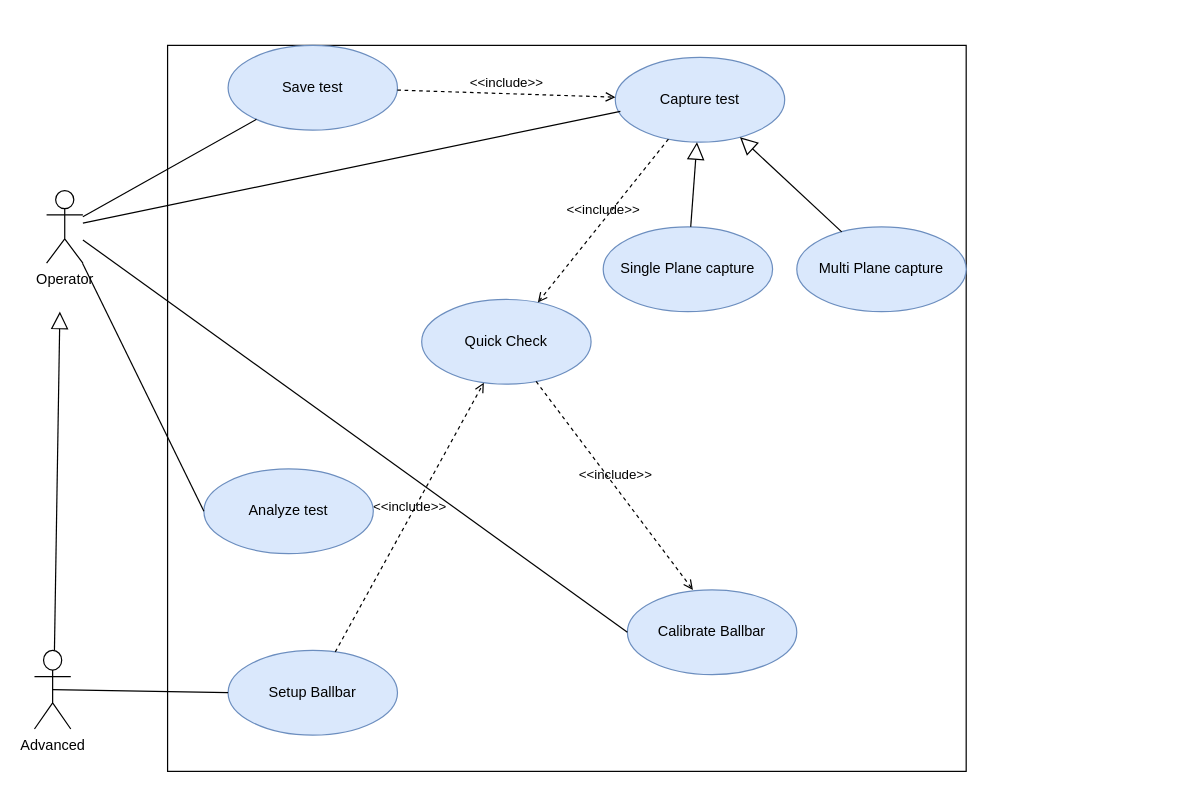
Earlier version of the draw.io diagram page "Use-Case Diagram" (2 of 4) of Caesar/Caesar Architecture.drawio (AmolSJawalkar/DrawIO). Source tidied: cells renumbered, new cells numbered last; positions are measured from the earlier drawing's top-left corner, leaving out a move shared by most shapes. Both pictures are drawn from the tidied source at 121%, with x=0, y=0 at pixel (34, 45).
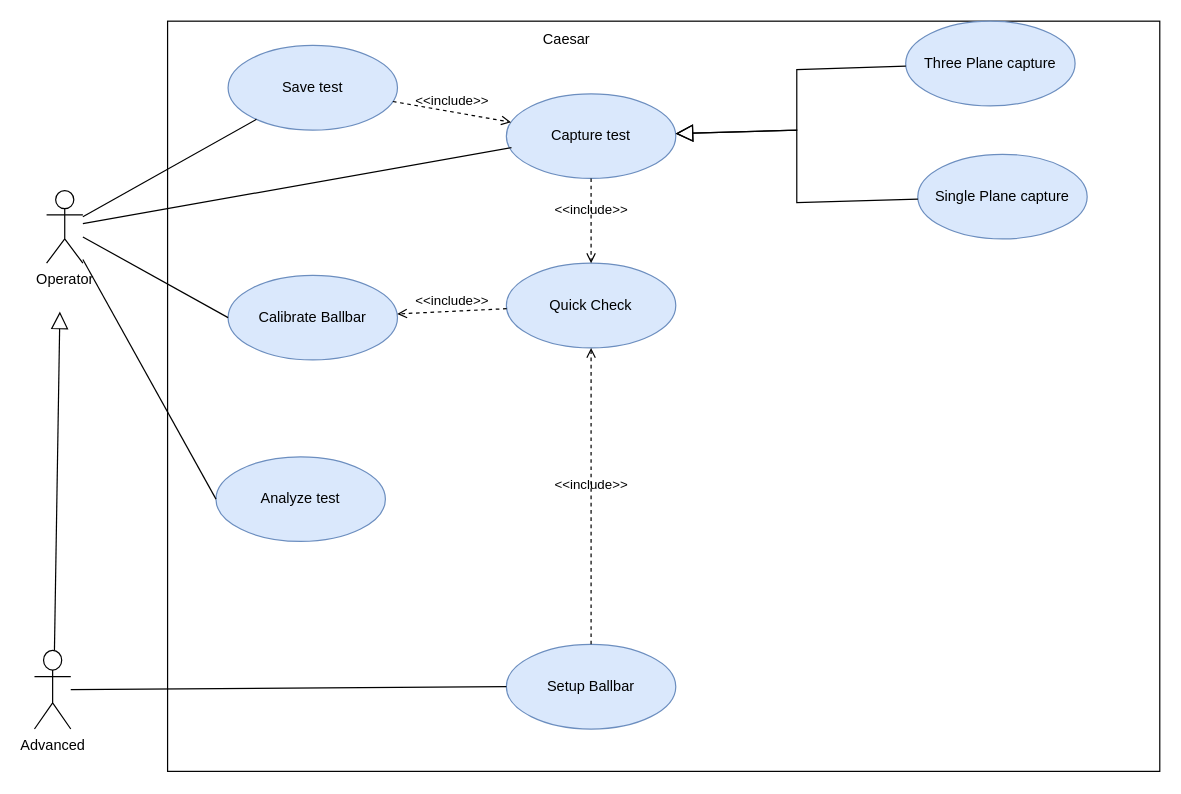
Above is the later version.

The change refers to these unchanged cells:
```xml
<mxCell id="12" value="Advanced&lt;div&gt;&lt;br&gt;&lt;/div&gt;" style="shape=umlActor;html=1;verticalLabelPosition=bottom;verticalAlign=top;align=center;" parent="1" vertex="1">
  <mxGeometry y="500" width="30" height="65" as="geometry" />
</mxCell>
```

What changed in the source:
```diff
@@
     <mxCell id="3" style="rounded=0;whiteSpace=wrap;html=1;" parent="1" vertex="1">
-      <mxGeometry x="110" width="660" height="600" as="geometry" />
+      <mxGeometry x="110" y="-20" width="820" height="620" as="geometry" />
     </mxCell>
     <mxCell id="4" value="Capture test" style="ellipse;whiteSpace=wrap;html=1;fillColor=#dae8fc;strokeColor=#6c8ebf;" parent="1" vertex="1">
-      <mxGeometry x="480" y="10" width="140" height="70" as="geometry" />
+      <mxGeometry x="390" y="40" width="140" height="70" as="geometry" />
     </mxCell>
@@
     <mxCell id="6" value="Calibrate Ballbar" style="ellipse;whiteSpace=wrap;html=1;fillColor=#dae8fc;strokeColor=#6c8ebf;" parent="1" vertex="1">
-      <mxGeometry x="490" y="450" width="140" height="70" as="geometry" />
+      <mxGeometry x="160" y="190" width="140" height="70" as="geometry" />
     </mxCell>
     <mxCell id="7" value="Quick Check" style="ellipse;whiteSpace=wrap;html=1;fillColor=#dae8fc;strokeColor=#6c8ebf;" parent="1" vertex="1">
-      <mxGeometry x="320" y="210" width="140" height="70" as="geometry" />
+      <mxGeometry x="390" y="180" width="140" height="70" as="geometry" />
     </mxCell>
@@
-    <mxCell id="9" value="Multi Plane capture" style="ellipse;whiteSpace=wrap;html=1;fillColor=#dae8fc;strokeColor=#6c8ebf;" parent="1" vertex="1">
-      <mxGeometry x="630" y="150" width="140" height="70" as="geometry" />
+    <mxCell id="9" value="Three Plane capture" style="ellipse;whiteSpace=wrap;html=1;fillColor=#dae8fc;strokeColor=#6c8ebf;" parent="1" vertex="1">
+      <mxGeometry x="720" y="-20" width="140" height="70" as="geometry" />
     </mxCell>
     <mxCell id="10" value="Setup Ballbar" style="ellipse;whiteSpace=wrap;html=1;fillColor=#dae8fc;strokeColor=#6c8ebf;" parent="1" vertex="1">
-      <mxGeometry x="160" y="500" width="140" height="70" as="geometry" />
+      <mxGeometry x="390" y="495" width="140" height="70" as="geometry" />
     </mxCell>
@@
-    <mxCell id="15" style="edgeStyle=none;html=1;endArrow=none;verticalAlign=bottom;rounded=0;exitX=0.5;exitY=0.5;exitDx=0;exitDy=0;exitPerimeter=0;entryX=0;entryY=0.5;entryDx=0;entryDy=0;" parent="1" edge="1" source="12" target="10">
+    <mxCell id="15" style="edgeStyle=none;html=1;endArrow=none;verticalAlign=bottom;rounded=0;entryX=0;entryY=0.5;entryDx=0;entryDy=0;" parent="1" edge="1" source="12" target="10">
       <mxGeometry relative="1" as="geometry" />
     </mxCell>
@@
     <mxCell id="17" value="Analyze test" style="ellipse;whiteSpace=wrap;html=1;fillColor=#dae8fc;strokeColor=#6c8ebf;" parent="1" vertex="1">
-      <mxGeometry x="140" y="350" width="140" height="70" as="geometry" />
+      <mxGeometry x="150" y="340" width="140" height="70" as="geometry" />
     </mxCell>
@@
-    <mxCell id="19" value="&amp;lt;&amp;lt;include&amp;gt;&amp;gt;" style="edgeStyle=none;html=1;endArrow=open;verticalAlign=bottom;dashed=1;labelBackgroundColor=none;rounded=0;entryX=0.387;entryY=0;entryDx=0;entryDy=0;entryPerimeter=0;" parent="1" edge="1" source="7" target="6">
+    <mxCell id="19" value="&amp;lt;&amp;lt;include&amp;gt;&amp;gt;" style="edgeStyle=none;html=1;endArrow=open;verticalAlign=bottom;dashed=1;labelBackgroundColor=none;rounded=0;" parent="1" edge="1" source="7" target="6">
       <mxGeometry relative="1" as="geometry" />
     </mxCell>
@@
     <mxCell id="22" value="Single Plane capture" style="ellipse;whiteSpace=wrap;html=1;fillColor=#dae8fc;strokeColor=#6c8ebf;" parent="1" vertex="1">
-      <mxGeometry x="470" y="150" width="140" height="70" as="geometry" />
+      <mxGeometry x="730" y="90" width="140" height="70" as="geometry" />
     </mxCell>
     <mxCell id="23" style="edgeStyle=none;html=1;endArrow=block;endFill=0;endSize=12;verticalAlign=bottom;rounded=0;" parent="1" edge="1" source="22" target="4">
-      <mxGeometry relative="1" as="geometry" />
+      <mxGeometry relative="1" as="geometry">
+        <Array as="points">
+          <mxPoint x="630" y="130" />
+          <mxPoint x="630" y="70" />
+        </Array>
+      </mxGeometry>
     </mxCell>
     <mxCell id="24" style="edgeStyle=none;html=1;endArrow=block;endFill=0;endSize=12;verticalAlign=bottom;rounded=0;" parent="1" edge="1" source="9" target="4">
-      <mxGeometry relative="1" as="geometry" />
+      <mxGeometry relative="1" as="geometry">
+        <Array as="points">
+          <mxPoint x="630" y="20" />
+          <mxPoint x="630" y="70" />
+        </Array>
+      </mxGeometry>
     </mxCell>
+    <mxCell id="25" value="Caesar" style="text;html=1;align=center;verticalAlign=middle;whiteSpace=wrap;rounded=0;" parent="1" vertex="1">
+      <mxGeometry x="410" y="-20" width="60" height="30" as="geometry" />
+    </mxCell>
```
